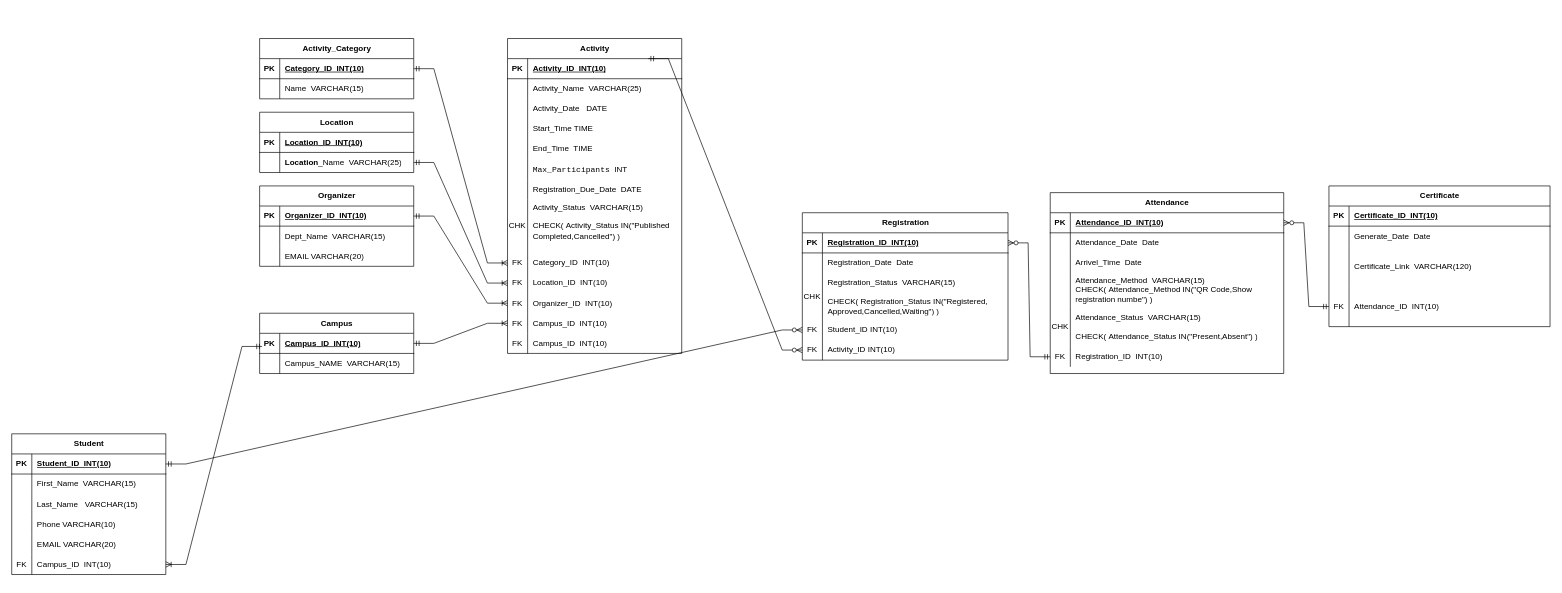
The draw.io diagram database design-353Project.drawio in Abdulrhman-jr/IT353--Project-AbdulrhmanJabr, before the edit. Source tidied: cells renumbered, new cells numbered last; positions are measured from the earlier drawing's top-left corner, leaving out a move shared by most shapes. Both pictures are drawn from the tidied source at 67%, with x=0, y=0 at pixel (11, 38).
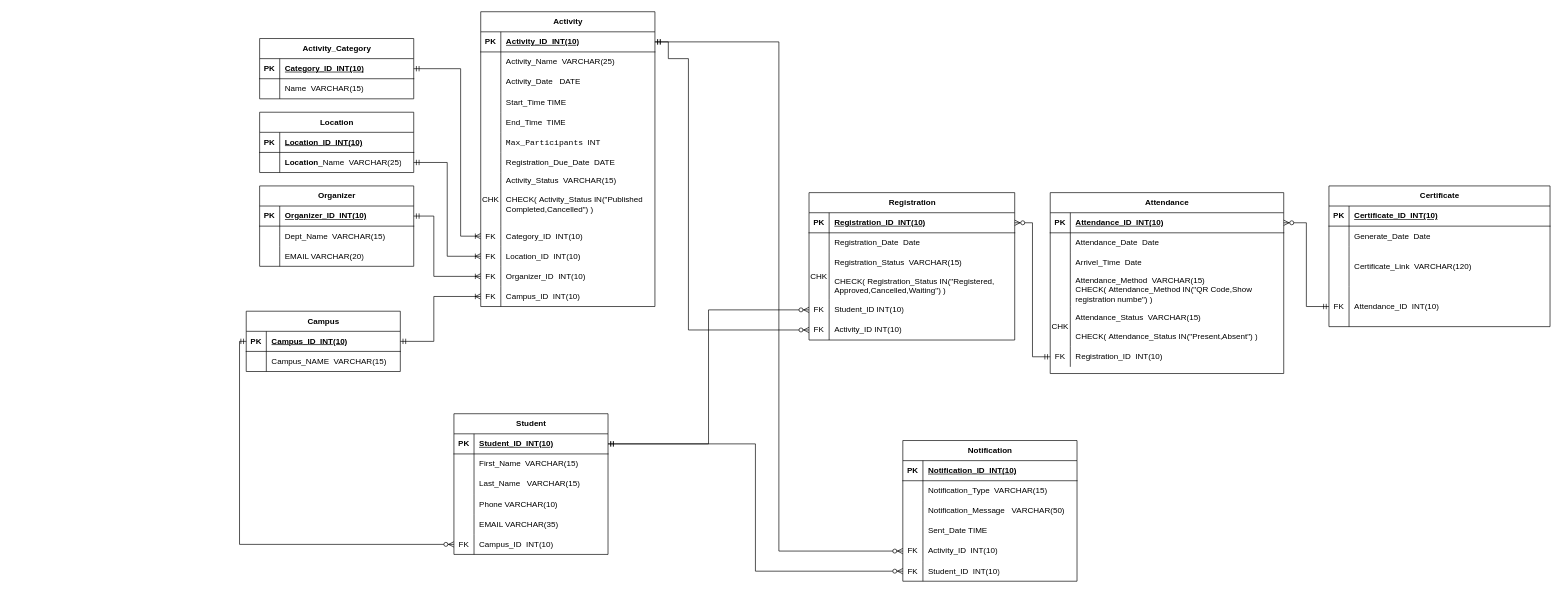
The same diagram, later.

Commit message:
adding Notification table and altering relation between tables.drawio

The change refers to these unchanged cells:
```xml
<mxCell id="3" style="shape=tableRow;horizontal=0;startSize=0;swimlaneHead=0;swimlaneBody=0;fillColor=none;points=[[0,0.5],[1,0.5]];portConstraint=eastwest;top=0;left=0;right=0;bottom=1;" parent="2" vertex="1">
  <mxGeometry y="30" width="230" height="30" as="geometry" />
</mxCell>
<mxCell id="15" style="shape=tableRow;horizontal=0;startSize=0;swimlaneHead=0;swimlaneBody=0;fillColor=none;top=0;left=0;right=0;bottom=0;" parent="2" vertex="1">
  <mxGeometry y="150" width="230" height="30" as="geometry" />
</mxCell>
<mxCell id="18" style="shape=tableRow;horizontal=0;startSize=0;swimlaneHead=0;swimlaneBody=0;fillColor=none;points=[[0,0.5],[1,0.5]];portConstraint=eastwest;top=0;left=0;right=0;bottom=0;" parent="2" vertex="1">
  <mxGeometry y="180" width="230" height="30" as="geometry" />
</mxCell>
<mxCell id="22" style="shape=tableRow;horizontal=0;startSize=0;swimlaneHead=0;swimlaneBody=0;fillColor=none;points=[[0,0.5],[1,0.5]];portConstraint=eastwest;top=0;left=0;right=0;bottom=1;" parent="21" vertex="1">
  <mxGeometry y="30" width="230" height="30" as="geometry" />
</mxCell>
<mxCell id="29" style="shape=tableRow;horizontal=0;startSize=0;swimlaneHead=0;swimlaneBody=0;fillColor=none;points=[[0,0.5],[1,0.5]];portConstraint=eastwest;top=0;left=0;right=0;bottom=1;" parent="28" vertex="1">
  <mxGeometry y="30" width="230" height="30" as="geometry" />
</mxCell>
<mxCell id="36" style="shape=tableRow;horizontal=0;startSize=0;swimlaneHead=0;swimlaneBody=0;fillColor=none;points=[[0,0.5],[1,0.5]];portConstraint=eastwest;top=0;left=0;right=0;bottom=1;" parent="35" vertex="1">
  <mxGeometry y="30" width="230" height="30" as="geometry" />
</mxCell>
<mxCell id="46" style="shape=tableRow;horizontal=0;startSize=0;swimlaneHead=0;swimlaneBody=0;fillColor=none;points=[[0,0.5],[1,0.5]];portConstraint=eastwest;top=0;left=0;right=0;bottom=1;" parent="45" vertex="1">
  <mxGeometry y="30" width="260" height="30" as="geometry" />
</mxCell>
<mxCell id="70" style="shape=tableRow;horizontal=0;startSize=0;swimlaneHead=0;swimlaneBody=0;fillColor=none;points=[[0,0.5],[1,0.5]];portConstraint=eastwest;top=0;left=0;right=0;bottom=0;fontStyle=1;" parent="45" vertex="1">
  <mxGeometry y="320" width="260" height="30" as="geometry" />
</mxCell>
<mxCell id="73" style="shape=tableRow;horizontal=0;startSize=0;swimlaneHead=0;swimlaneBody=0;fillColor=none;points=[[0,0.5],[1,0.5]];portConstraint=eastwest;top=0;left=0;right=0;bottom=0;fontStyle=1;" parent="45" vertex="1">
  <mxGeometry y="350" width="260" height="30" as="geometry" />
</mxCell>
<mxCell id="76" style="shape=tableRow;horizontal=0;startSize=0;swimlaneHead=0;swimlaneBody=0;fillColor=none;points=[[0,0.5],[1,0.5]];portConstraint=eastwest;top=0;left=0;right=0;bottom=0;fontStyle=1;" parent="45" vertex="1">
  <mxGeometry y="380" width="260" height="30" as="geometry" />
</mxCell>
<mxCell id="79" style="shape=tableRow;horizontal=0;startSize=0;swimlaneHead=0;swimlaneBody=0;fillColor=none;points=[[0,0.5],[1,0.5]];portConstraint=eastwest;top=0;left=0;right=0;bottom=0;fontStyle=1;" parent="45" vertex="1">
  <mxGeometry y="410" width="260" height="30" as="geometry" />
</mxCell>
<mxCell id="89" style="shape=tableRow;horizontal=0;startSize=0;swimlaneHead=0;swimlaneBody=0;fillColor=none;points=[[0,0.5],[1,0.5]];portConstraint=eastwest;top=0;left=0;right=0;bottom=0;" parent="85" vertex="1">
  <mxGeometry y="60" width="230" height="30" as="geometry" />
</mxCell>
<mxCell id="93" style="shape=tableRow;horizontal=0;startSize=0;swimlaneHead=0;swimlaneBody=0;fillColor=none;points=[[0,0.5],[1,0.5]];portConstraint=eastwest;top=0;left=0;right=0;bottom=1;" parent="92" vertex="1">
  <mxGeometry y="30" width="348.5" height="30" as="geometry" />
</mxCell>
<mxCell id="108" style="shape=tableRow;horizontal=0;startSize=0;swimlaneHead=0;swimlaneBody=0;fillColor=none;points=[[0,0.5],[1,0.5]];portConstraint=eastwest;top=0;left=0;right=0;bottom=0;" parent="92" vertex="1">
  <mxGeometry y="230" width="348.5" height="30" as="geometry" />
</mxCell>
<mxCell id="121" style="shape=tableRow;horizontal=0;startSize=0;swimlaneHead=0;swimlaneBody=0;fillColor=none;points=[[0,0.5],[1,0.5]];portConstraint=eastwest;top=0;left=0;right=0;bottom=0;" parent="111" vertex="1">
  <mxGeometry y="150" width="330" height="60" as="geometry" />
</mxCell>
<mxCell id="130" style="shape=tableRow;horizontal=0;startSize=0;swimlaneHead=0;swimlaneBody=0;fillColor=none;points=[[0,0.5],[1,0.5]];portConstraint=eastwest;top=0;left=0;right=0;bottom=1;" parent="129" vertex="1">
  <mxGeometry y="30" width="307" height="30" as="geometry" />
</mxCell>
<mxCell id="139" style="shape=tableRow;horizontal=0;startSize=0;swimlaneHead=0;swimlaneBody=0;fillColor=none;points=[[0,0.5],[1,0.5]];portConstraint=eastwest;top=0;left=0;right=0;bottom=0;" parent="129" vertex="1">
  <mxGeometry y="160" width="307" height="30" as="geometry" />
</mxCell>
<mxCell id="143" style="shape=tableRow;horizontal=0;startSize=0;swimlaneHead=0;swimlaneBody=0;fillColor=none;points=[[0,0.5],[1,0.5]];portConstraint=eastwest;top=0;left=0;right=0;bottom=0;" parent="129" vertex="1">
  <mxGeometry y="190" width="307" height="30" as="geometry" />
</mxCell>
```

What changed in the source:
```diff
@@
     <mxCell id="2" value="Student" style="shape=table;startSize=30;childLayout=tableLayout;rowLines=0;fontStyle=1;align=center;html=1;" parent="1" vertex="1">
-      <mxGeometry y="590" width="230" height="210" as="geometry" />
+      <mxGeometry x="660" y="560" width="230" height="210" as="geometry" />
     </mxCell>
@@
-    <mxCell id="17" value="EMAIL VARCHAR(20)" style="shape=partialRectangle;fillColor=none;top=0;left=0;bottom=0;right=0;align=left;spacingLeft=6;overflow=hidden;whiteSpace=wrap;html=1;" parent="15" vertex="1">
+    <mxCell id="17" value="EMAIL VARCHAR(35)" style="shape=partialRectangle;fillColor=none;top=0;left=0;bottom=0;right=0;align=left;spacingLeft=6;overflow=hidden;whiteSpace=wrap;html=1;" parent="15" vertex="1">
       <mxGeometry x="30" width="200" height="30" as="geometry" />
     </mxCell>
@@
     <mxCell id="21" value="Campus" style="shape=table;startSize=30;childLayout=tableLayout;rowLines=0;fontStyle=1;align=center;html=1;" parent="1" vertex="1">
-      <mxGeometry x="370" y="410" width="230" height="90" as="geometry" />
+      <mxGeometry x="350" y="407" width="230" height="90" as="geometry" />
     </mxCell>
@@
     <mxCell id="45" value="Activity" style="shape=table;startSize=30;childLayout=tableLayout;rowLines=0;fontStyle=1;align=center;html=1;" parent="1" vertex="1">
-      <mxGeometry x="740" width="260" height="470" as="geometry" />
+      <mxGeometry x="700" y="-40" width="260" height="440" as="geometry" />
     </mxCell>
@@
-    <mxCell id="82" style="shape=tableRow;horizontal=0;startSize=0;swimlaneHead=0;swimlaneBody=0;fillColor=none;top=0;left=0;right=0;bottom=0;fontStyle=1;" parent="45" vertex="1">
-      <mxGeometry y="440" width="260" height="30" as="geometry" />
-    </mxCell>
-    <mxCell id="83" value="FK" style="shape=partialRectangle;fillColor=none;top=0;left=0;bottom=0;right=0;overflow=hidden;whiteSpace=wrap;html=1;" parent="82" vertex="1">
-      <mxGeometry width="30" height="30" as="geometry" />
-    </mxCell>
-    <mxCell id="84" value="&lt;span style=&quot;text-wrap: nowrap; text-align: center;&quot;&gt;Campus&lt;/span&gt;_ID&amp;nbsp; INT(10)" style="shape=partialRectangle;fillColor=none;top=0;left=0;bottom=0;right=0;align=left;spacingLeft=6;overflow=hidden;whiteSpace=wrap;html=1;" parent="82" vertex="1">
-      <mxGeometry x="30" width="230" height="30" as="geometry" />
-    </mxCell>
@@
-    <mxCell id="124" style="edgeStyle=entityRelationEdgeStyle;fontSize=12;html=1;endArrow=ERoneToMany;startArrow=ERmandOne;rounded=0;exitX=0.016;exitY=0.653;exitDx=0;exitDy=0;exitPerimeter=0;" parent="1" edge="1" source="22" target="18">
-      <mxGeometry relative="1" as="geometry" />
-    </mxCell>
-    <mxCell id="125" style="edgeStyle=entityRelationEdgeStyle;fontSize=12;html=1;endArrow=ERoneToMany;startArrow=ERmandOne;rounded=0;exitX=1;exitY=0.5;exitDx=0;exitDy=0;entryX=0;entryY=0.5;entryDx=0;entryDy=0;" parent="1" edge="1" source="29" target="70">
-      <mxGeometry relative="1" as="geometry" />
+    <mxCell id="125" style="edgeStyle=orthogonalEdgeStyle;fontSize=12;html=1;endArrow=ERoneToMany;startArrow=ERmandOne;rounded=0;exitX=1;exitY=0.5;exitDx=0;exitDy=0;entryX=0;entryY=0.5;entryDx=0;entryDy=0;" parent="1" edge="1" source="29" target="70">
+      <mxGeometry relative="1" as="geometry">
+        <Array as="points">
+          <mxPoint x="670" y="45" />
+          <mxPoint x="670" y="295" />
+        </Array>
+      </mxGeometry>
     </mxCell>
-    <mxCell id="126" style="edgeStyle=entityRelationEdgeStyle;fontSize=12;html=1;endArrow=ERoneToMany;startArrow=ERmandOne;rounded=0;exitX=1;exitY=0.5;exitDx=0;exitDy=0;entryX=0;entryY=0.5;entryDx=0;entryDy=0;" parent="1" edge="1" source="89" target="73">
+    <mxCell id="126" style="edgeStyle=orthogonalEdgeStyle;fontSize=12;html=1;endArrow=ERoneToMany;startArrow=ERmandOne;rounded=0;exitX=1;exitY=0.5;exitDx=0;exitDy=0;entryX=0;entryY=0.5;entryDx=0;entryDy=0;" parent="1" edge="1" source="89" target="73">
       <mxGeometry relative="1" as="geometry" />
     </mxCell>
-    <mxCell id="127" style="edgeStyle=entityRelationEdgeStyle;fontSize=12;html=1;endArrow=ERoneToMany;startArrow=ERmandOne;rounded=0;exitX=1;exitY=0.5;exitDx=0;exitDy=0;entryX=0;entryY=0.5;entryDx=0;entryDy=0;" parent="1" edge="1" source="36" target="76">
-      <mxGeometry relative="1" as="geometry" />
+    <mxCell id="127" style="edgeStyle=orthogonalEdgeStyle;fontSize=12;html=1;endArrow=ERoneToMany;startArrow=ERmandOne;rounded=0;exitX=1;exitY=0.5;exitDx=0;exitDy=0;entryX=0;entryY=0.5;entryDx=0;entryDy=0;" parent="1" edge="1" source="36" target="76">
+      <mxGeometry relative="1" as="geometry">
+        <Array as="points">
+          <mxPoint x="630" y="265" />
+          <mxPoint x="630" y="355" />
+        </Array>
+      </mxGeometry>
     </mxCell>
-    <mxCell id="128" style="edgeStyle=entityRelationEdgeStyle;fontSize=12;html=1;endArrow=ERoneToMany;startArrow=ERmandOne;rounded=0;exitX=1;exitY=0.5;exitDx=0;exitDy=0;entryX=0;entryY=0.5;entryDx=0;entryDy=0;" parent="1" edge="1" source="22" target="79">
-      <mxGeometry relative="1" as="geometry" />
+    <mxCell id="128" style="edgeStyle=orthogonalEdgeStyle;fontSize=12;html=1;endArrow=ERoneToMany;startArrow=ERmandOne;rounded=0;exitX=1;exitY=0.5;exitDx=0;exitDy=0;entryX=0;entryY=0.5;entryDx=0;entryDy=0;" parent="1" edge="1" source="22" target="79">
+      <mxGeometry relative="1" as="geometry">
+        <Array as="points">
+          <mxPoint x="630" y="452" />
+          <mxPoint x="630" y="385" />
+        </Array>
+      </mxGeometry>
     </mxCell>
     <mxCell id="129" value="Registration" style="shape=table;startSize=30;childLayout=tableLayout;rowLines=0;fontStyle=1;align=center;html=1;" parent="1" vertex="1">
-      <mxGeometry x="1180" y="260" width="307" height="220" as="geometry" />
+      <mxGeometry x="1190" y="230" width="307" height="220" as="geometry" />
     </mxCell>
@@
-    <mxCell id="146" style="edgeStyle=entityRelationEdgeStyle;fontSize=12;html=1;endArrow=ERzeroToMany;startArrow=ERmandOne;rounded=0;exitX=1;exitY=0.5;exitDx=0;exitDy=0;" parent="1" edge="1" source="3" target="139">
+    <mxCell id="146" style="edgeStyle=orthogonalEdgeStyle;fontSize=12;html=1;endArrow=ERzeroToMany;startArrow=ERmandOne;rounded=0;exitX=1;exitY=0.5;exitDx=0;exitDy=0;" parent="1" edge="1" source="3" target="139">
       <mxGeometry relative="1" as="geometry" />
     </mxCell>
-    <mxCell id="147" style="edgeStyle=entityRelationEdgeStyle;fontSize=12;html=1;endArrow=ERzeroToMany;startArrow=ERmandOne;rounded=0;entryX=0;entryY=0.5;entryDx=0;entryDy=0;exitX=1;exitY=0.5;exitDx=0;exitDy=0;" parent="1" edge="1" target="143">
+    <mxCell id="147" style="edgeStyle=orthogonalEdgeStyle;fontSize=12;html=1;endArrow=ERzeroToMany;startArrow=ERmandOne;rounded=0;entryX=0;entryY=0.5;entryDx=0;entryDy=0;exitX=1;exitY=0.5;exitDx=0;exitDy=0;" parent="1" edge="1" source="46" target="143">
       <mxGeometry relative="1" as="geometry">
-        <mxPoint x="950" y="30" as="sourcePoint" />
+        <Array as="points">
+          <mxPoint x="980" y="5" />
+          <mxPoint x="980" y="30" />
+          <mxPoint x="1010" y="30" />
+          <mxPoint x="1010" y="435" />
+        </Array>
       </mxGeometry>
     </mxCell>
-    <mxCell id="148" style="edgeStyle=entityRelationEdgeStyle;fontSize=12;html=1;endArrow=ERzeroToMany;startArrow=ERmandOne;rounded=0;entryX=1;entryY=0.5;entryDx=0;entryDy=0;exitX=0;exitY=0.5;exitDx=0;exitDy=0;" parent="1" edge="1" source="108" target="130">
+    <mxCell id="148" style="edgeStyle=orthogonalEdgeStyle;fontSize=12;html=1;endArrow=ERzeroToMany;startArrow=ERmandOne;rounded=0;entryX=1;entryY=0.5;entryDx=0;entryDy=0;exitX=0;exitY=0.5;exitDx=0;exitDy=0;" parent="1" edge="1" source="108" target="130">
       <mxGeometry relative="1" as="geometry" />
     </mxCell>
-    <mxCell id="149" style="edgeStyle=entityRelationEdgeStyle;fontSize=12;html=1;endArrow=ERzeroToMany;startArrow=ERmandOne;rounded=0;entryX=1;entryY=0.5;entryDx=0;entryDy=0;exitX=0;exitY=0.5;exitDx=0;exitDy=0;" parent="1" edge="1" source="121" target="93">
+    <mxCell id="149" style="edgeStyle=orthogonalEdgeStyle;fontSize=12;html=1;endArrow=ERzeroToMany;startArrow=ERmandOne;rounded=0;entryX=1;entryY=0.5;entryDx=0;entryDy=0;exitX=0;exitY=0.5;exitDx=0;exitDy=0;" parent="1" edge="1" source="121" target="93">
       <mxGeometry relative="1" as="geometry" />
     </mxCell>
+    <mxCell id="124" style="edgeStyle=orthogonalEdgeStyle;fontSize=12;html=1;endArrow=ERzeroToMany;startArrow=ERmandOne;rounded=0;exitX=0;exitY=0.5;exitDx=0;exitDy=0;entryX=0;entryY=0.5;entryDx=0;entryDy=0;" parent="1" edge="1" source="22" target="18">
+      <mxGeometry relative="1" as="geometry" />
+    </mxCell>
+    <mxCell id="150" value="Notification" style="shape=table;startSize=30;childLayout=tableLayout;rowLines=0;fontStyle=1;align=center;html=1;" parent="1" vertex="1">
+      <mxGeometry x="1330" y="600" width="260" height="210" as="geometry" />
+    </mxCell>
+    <mxCell id="151" style="shape=tableRow;horizontal=0;startSize=0;swimlaneHead=0;swimlaneBody=0;fillColor=none;top=0;left=0;right=0;bottom=1;" parent="150" vertex="1">
+      <mxGeometry y="30" width="260" height="30" as="geometry" />
+    </mxCell>
+    <mxCell id="152" value="PK" style="shape=partialRectangle;fillColor=none;top=0;left=0;bottom=0;right=0;fontStyle=1;overflow=hidden;whiteSpace=wrap;html=1;" parent="151" vertex="1">
+      <mxGeometry width="30" height="30" as="geometry" />
+    </mxCell>
+    <mxCell id="153" value="Notification_ID&amp;nbsp; INT(10)" style="shape=partialRectangle;fillColor=none;top=0;left=0;bottom=0;right=0;align=left;spacingLeft=6;fontStyle=5;overflow=hidden;whiteSpace=wrap;html=1;" parent="151" vertex="1">
+      <mxGeometry x="30" width="230" height="30" as="geometry" />
+    </mxCell>
+    <mxCell id="154" style="shape=tableRow;horizontal=0;startSize=0;swimlaneHead=0;swimlaneBody=0;fillColor=none;top=0;left=0;right=0;bottom=0;" parent="150" vertex="1">
+      <mxGeometry y="60" width="260" height="30" as="geometry" />
+    </mxCell>
+    <mxCell id="155" style="shape=partialRectangle;fillColor=none;top=0;left=0;bottom=0;right=0;overflow=hidden;whiteSpace=wrap;html=1;" parent="154" vertex="1">
+      <mxGeometry width="30" height="30" as="geometry" />
+    </mxCell>
+    <mxCell id="156" value="&lt;div style=&quot;text-align: center;&quot;&gt;&lt;span style=&quot;background-color: transparent; text-wrap: nowrap;&quot;&gt;Notification_Type&lt;/span&gt;&lt;span style=&quot;background-color: transparent; color: light-dark(rgb(0, 0, 0), rgb(255, 255, 255));&quot;&gt;&amp;nbsp; VARCHAR(15)&lt;/span&gt;&lt;/div&gt;" style="shape=partialRectangle;fillColor=none;top=0;left=0;bottom=0;right=0;align=left;spacingLeft=6;overflow=hidden;whiteSpace=wrap;html=1;" parent="154" vertex="1">
+      <mxGeometry x="30" width="230" height="30" as="geometry" />
+    </mxCell>
+    <mxCell id="157" style="shape=tableRow;horizontal=0;startSize=0;swimlaneHead=0;swimlaneBody=0;fillColor=none;top=0;left=0;right=0;bottom=0;" parent="150" vertex="1">
+      <mxGeometry y="90" width="260" height="30" as="geometry" />
+    </mxCell>
+    <mxCell id="158" style="shape=partialRectangle;fillColor=none;top=0;left=0;bottom=0;right=0;overflow=hidden;whiteSpace=wrap;html=1;" parent="157" vertex="1">
+      <mxGeometry width="30" height="30" as="geometry" />
+    </mxCell>
+    <mxCell id="159" value="Notification_Message&amp;nbsp; &amp;nbsp;VARCHAR(50)" style="shape=partialRectangle;fillColor=none;top=0;left=0;bottom=0;right=0;align=left;spacingLeft=6;overflow=hidden;whiteSpace=wrap;html=1;" parent="157" vertex="1">
+      <mxGeometry x="30" width="230" height="30" as="geometry" />
+    </mxCell>
+    <mxCell id="160" style="shape=tableRow;horizontal=0;startSize=0;swimlaneHead=0;swimlaneBody=0;fillColor=none;top=0;left=0;right=0;bottom=0;" parent="150" vertex="1">
+      <mxGeometry y="120" width="260" height="30" as="geometry" />
+    </mxCell>
+    <mxCell id="161" style="shape=partialRectangle;fillColor=none;top=0;left=0;bottom=0;right=0;overflow=hidden;whiteSpace=wrap;html=1;" parent="160" vertex="1">
+      <mxGeometry width="30" height="30" as="geometry" />
+    </mxCell>
+    <mxCell id="162" value="Sent_Date TIME" style="shape=partialRectangle;fillColor=none;top=0;left=0;bottom=0;right=0;align=left;spacingLeft=6;overflow=hidden;whiteSpace=wrap;html=1;" parent="160" vertex="1">
+      <mxGeometry x="30" width="230" height="30" as="geometry" />
+    </mxCell>
+    <mxCell id="163" style="shape=tableRow;horizontal=0;startSize=0;swimlaneHead=0;swimlaneBody=0;fillColor=none;points=[[0,0.5],[1,0.5]];portConstraint=eastwest;top=0;left=0;right=0;bottom=0;fontStyle=1;" parent="150" vertex="1">
+      <mxGeometry y="150" width="260" height="30" as="geometry" />
+    </mxCell>
+    <mxCell id="164" value="FK" style="shape=partialRectangle;fillColor=none;top=0;left=0;bottom=0;right=0;overflow=hidden;whiteSpace=wrap;html=1;" parent="163" vertex="1">
+      <mxGeometry width="30" height="30" as="geometry" />
+    </mxCell>
+    <mxCell id="165" value="&lt;span style=&quot;text-wrap: nowrap; text-align: center;&quot;&gt;Activity&lt;/span&gt;_ID&amp;nbsp; INT(10)" style="shape=partialRectangle;fillColor=none;top=0;left=0;bottom=0;right=0;align=left;spacingLeft=6;overflow=hidden;whiteSpace=wrap;html=1;" parent="163" vertex="1">
+      <mxGeometry x="30" width="230" height="30" as="geometry" />
+    </mxCell>
+    <mxCell id="166" style="shape=tableRow;horizontal=0;startSize=0;swimlaneHead=0;swimlaneBody=0;fillColor=none;points=[[0,0.5],[1,0.5]];portConstraint=eastwest;top=0;left=0;right=0;bottom=0;fontStyle=1;" parent="150" vertex="1">
+      <mxGeometry y="180" width="260" height="30" as="geometry" />
+    </mxCell>
+    <mxCell id="167" value="FK" style="shape=partialRectangle;fillColor=none;top=0;left=0;bottom=0;right=0;overflow=hidden;whiteSpace=wrap;html=1;" parent="166" vertex="1">
+      <mxGeometry width="30" height="30" as="geometry" />
+    </mxCell>
+    <mxCell id="168" value="&lt;span style=&quot;text-wrap: nowrap; text-align: center;&quot;&gt;Student&lt;/span&gt;_ID&amp;nbsp; INT(10)" style="shape=partialRectangle;fillColor=none;top=0;left=0;bottom=0;right=0;align=left;spacingLeft=6;overflow=hidden;whiteSpace=wrap;html=1;" parent="166" vertex="1">
+      <mxGeometry x="30" width="230" height="30" as="geometry" />
+    </mxCell>
+    <mxCell id="169" style="edgeStyle=orthogonalEdgeStyle;fontSize=12;html=1;endArrow=ERzeroToMany;startArrow=ERmandOne;rounded=0;exitX=1;exitY=0.5;exitDx=0;exitDy=0;entryX=0;entryY=0.5;entryDx=0;entryDy=0;" parent="1" edge="1" source="3" target="166">
+      <mxGeometry relative="1" as="geometry" />
+    </mxCell>
+    <mxCell id="170" style="edgeStyle=orthogonalEdgeStyle;fontSize=12;html=1;endArrow=ERzeroToMany;startArrow=ERmandOne;rounded=0;exitX=1;exitY=0.5;exitDx=0;exitDy=0;entryX=0;entryY=0.5;entryDx=0;entryDy=0;" parent="1" edge="1" source="46" target="163">
+      <mxGeometry relative="1" as="geometry" />
+    </mxCell>
```
